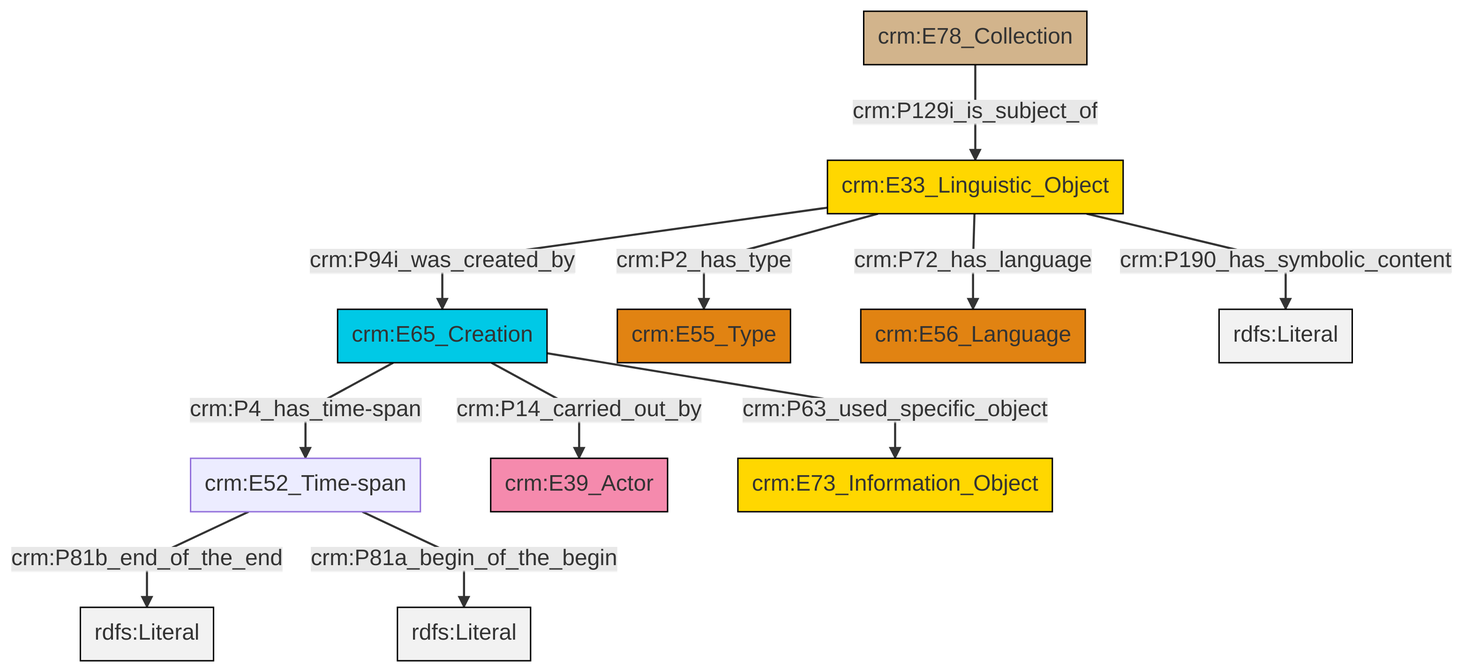
Earlier version of the Mermaid export et/archivalCSV/ttl/mmd/png/archival_desc.png (swiss-art-research-net/docs.swissartresearch). Its source is kept beside it as et/archivalCSV/ttl/mmd/archival_desc.ttl.mmd.
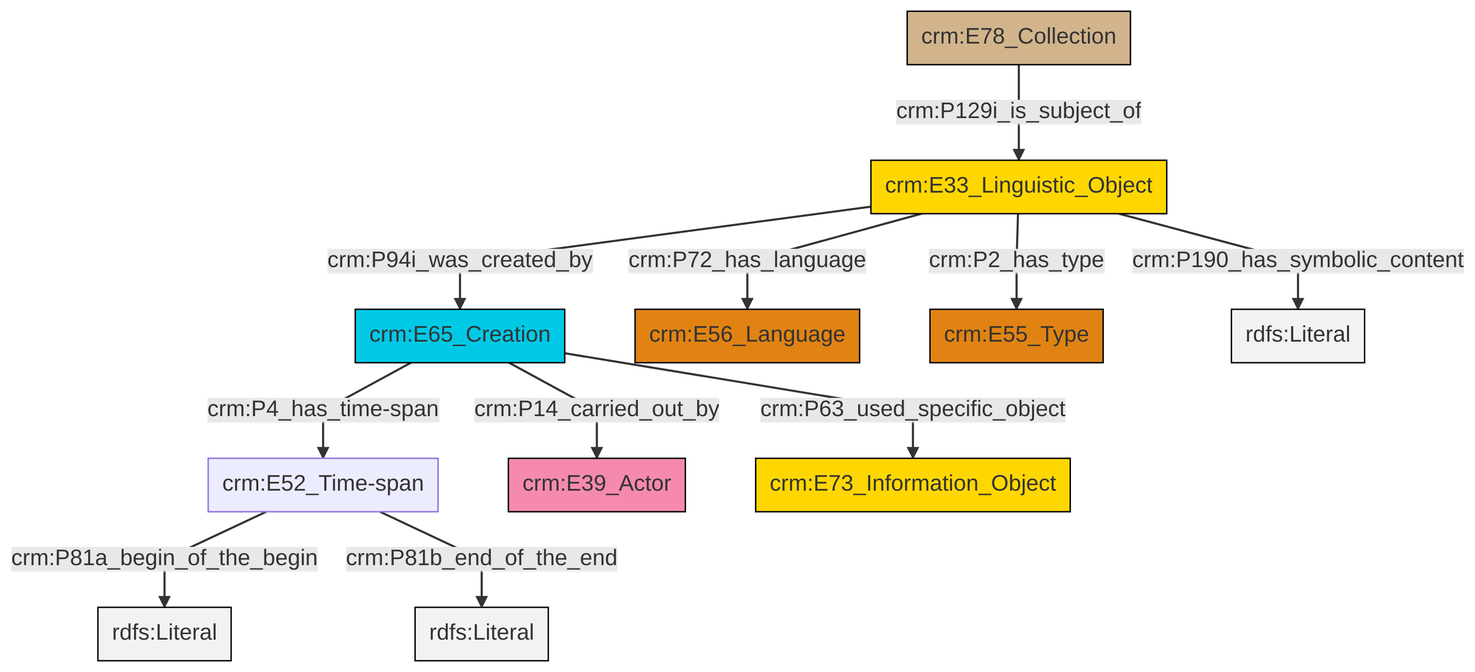
The same diagram one commit later.

The edit, as a diff of the source:
```diff
@@ -13,13 +13,13 @@
 classDef PC_Classes fill:#4ce600, stroke:#000000;
 classDef Multi fill:#cccccc,stroke:#000000;
 
-0["crm:E33_Linguistic_Object"]:::Conceptual_Object -->|crm:P94i_was_created_by| 1["crm:E65_Creation"]:::Temporal_Entity
-1["crm:E65_Creation"]:::Temporal_Entity -->|crm:P14_carried_out_by| 4["crm:E39_Actor"]:::Actor
-2["crm:E52_Time-span"]:::Default -->|crm:P81b_end_of_the_end| 5[rdfs:Literal]:::Literal
-1["crm:E65_Creation"]:::Temporal_Entity -->|crm:P63_used_specific_object| 6["crm:E73_Information_Object"]:::Conceptual_Object
-7["crm:E78_Collection"]:::Physical_Thing -->|crm:P129i_is_subject_of| 0["crm:E33_Linguistic_Object"]:::Conceptual_Object
-1["crm:E65_Creation"]:::Temporal_Entity -->|crm:P4_has_time-span| 2["crm:E52_Time-span"]:::Default
-0["crm:E33_Linguistic_Object"]:::Conceptual_Object -->|crm:P2_has_type| 11["crm:E55_Type"]:::Type
-2["crm:E52_Time-span"]:::Default -->|crm:P81a_begin_of_the_begin| 13[rdfs:Literal]:::Literal
-0["crm:E33_Linguistic_Object"]:::Conceptual_Object -->|crm:P72_has_language| 14["crm:E56_Language"]:::Type
-0["crm:E33_Linguistic_Object"]:::Conceptual_Object -->|crm:P190_has_symbolic_content| 17[rdfs:Literal]:::Literal
+0["crm:E65_Creation"]:::Temporal_Entity -->|crm:P4_has_time-span| 1["crm:E52_Time-span"]:::Default
+4["crm:E33_Linguistic_Object"]:::Conceptual_Object -->|crm:P72_has_language| 5["crm:E56_Language"]:::Type
+0["crm:E65_Creation"]:::Temporal_Entity -->|crm:P14_carried_out_by| 2["crm:E39_Actor"]:::Actor
+0["crm:E65_Creation"]:::Temporal_Entity -->|crm:P63_used_specific_object| 9["crm:E73_Information_Object"]:::Conceptual_Object
+4["crm:E33_Linguistic_Object"]:::Conceptual_Object -->|crm:P2_has_type| 10["crm:E55_Type"]:::Type
+4["crm:E33_Linguistic_Object"]:::Conceptual_Object -->|crm:P190_has_symbolic_content| 11[rdfs:Literal]:::Literal
+4["crm:E33_Linguistic_Object"]:::Conceptual_Object -->|crm:P94i_was_created_by| 0["crm:E65_Creation"]:::Temporal_Entity
+1["crm:E52_Time-span"]:::Default -->|crm:P81a_begin_of_the_begin| 12[rdfs:Literal]:::Literal
+1["crm:E52_Time-span"]:::Default -->|crm:P81b_end_of_the_end| 13[rdfs:Literal]:::Literal
+15["crm:E78_Collection"]:::Physical_Thing -->|crm:P129i_is_subject_of| 4["crm:E33_Linguistic_Object"]:::Conceptual_Object
```
